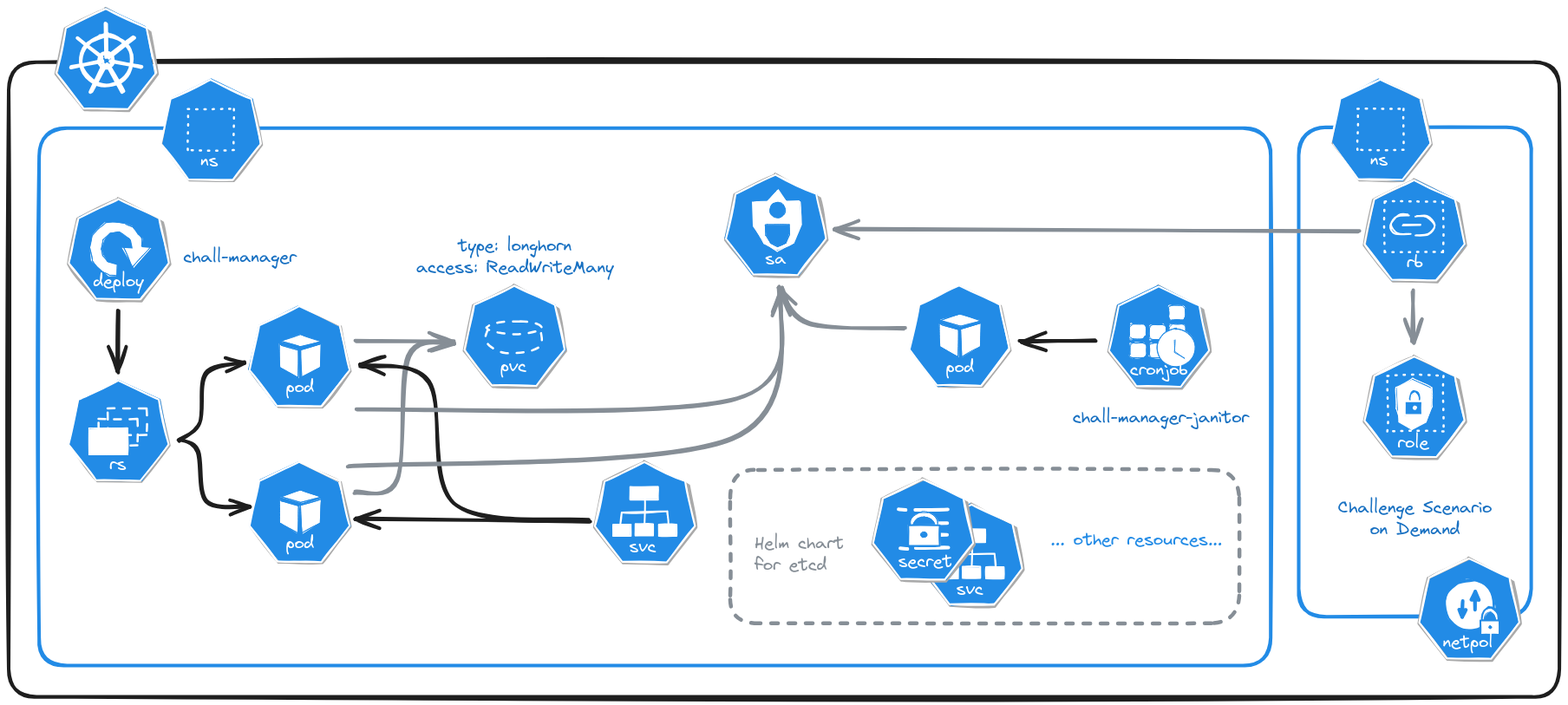
Above: webdocs/ops-guides/deployment/infrastructure.excalidraw.png in ctfer-io/chall-manager (Excalidraw), before the change. Source tidied: one line per element, renumbered; positions are measured from the earlier drawing's top-left corner, leaving out a move shared by most shapes.
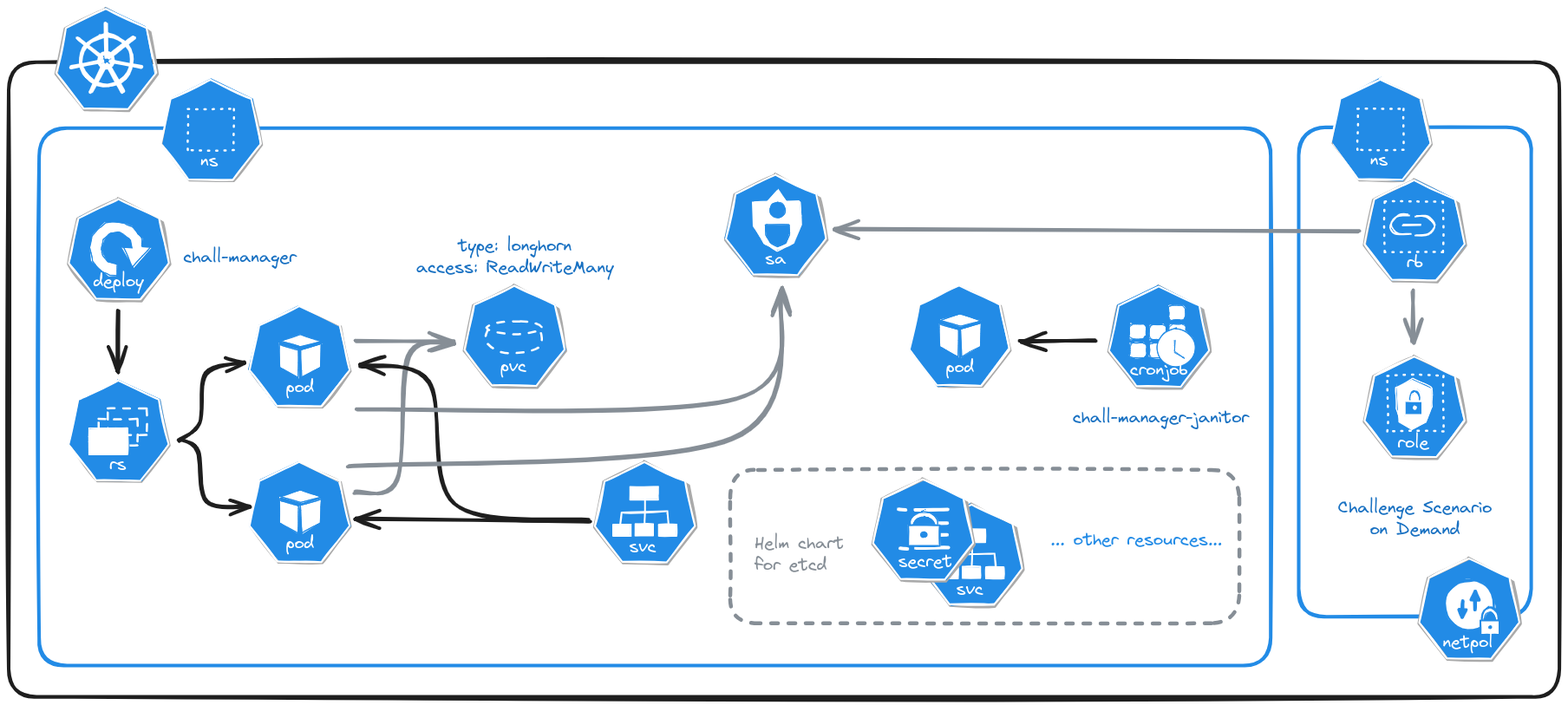
Above is the later version.

What changed in the source:
```diff
@@ -92,7 +92,6 @@
 {"id": 91, "type": "line", "strokeColor": "#fff", "strokeWidth": 4, "roughness": 1, "round": true, "x": 145, "y": 33, "width": 29, "height": 22, "points": [[0, 0], [-29, 22]]}
 {"id": 92, "type": "ellipse", "strokeColor": "#fff", "strokeWidth": 4, "roughness": 1, "round": true, "x": 83, "y": 31, "width": 58, "height": 58}
 {"id": 93, "type": "ellipse", "strokeColor": "#fff", "strokeWidth": 4, "roughness": 1, "round": true, "x": 104, "y": 51, "width": 16, "height": 17}
-{"id": 94, "type": "arrow", "strokeColor": "#868e96", "strokeWidth": 4, "roughness": 1, "endArrowhead": "arrow", "round": true, "x": 1033, "y": 370, "width": 144, "height": 50, "points": [[0, 0], [-109, -7], [-144, -50]]}
 {"id": 95, "type": "arrow", "strokeColor": "#868e96", "strokeWidth": 4, "roughness": 1, "endArrowhead": "arrow", "round": true, "x": 392, "y": 528, "width": 500, "height": 205, "points": [[0, 0], [443, -32], [500, -205]]}
 {"id": 96, "type": "arrow", "strokeColor": "#868e96", "strokeWidth": 4, "roughness": 1, "endArrowhead": "arrow", "round": true, "x": 401, "y": 462, "width": 489, "height": 138, "points": [[0, 0], [438, -12], [489, -138]]}
 {"id": 97, "type": "line", "strokeColor": "#aaa", "strokeWidth": 4, "roughness": 1, "x": 1053, "y": 544, "width": 116, "height": 117, "points": [[0, 0], [-45, 22], [-56, 74], [-23, 115], [28, 116], [60, 74], [52, 26], [1, -1]]}
```
